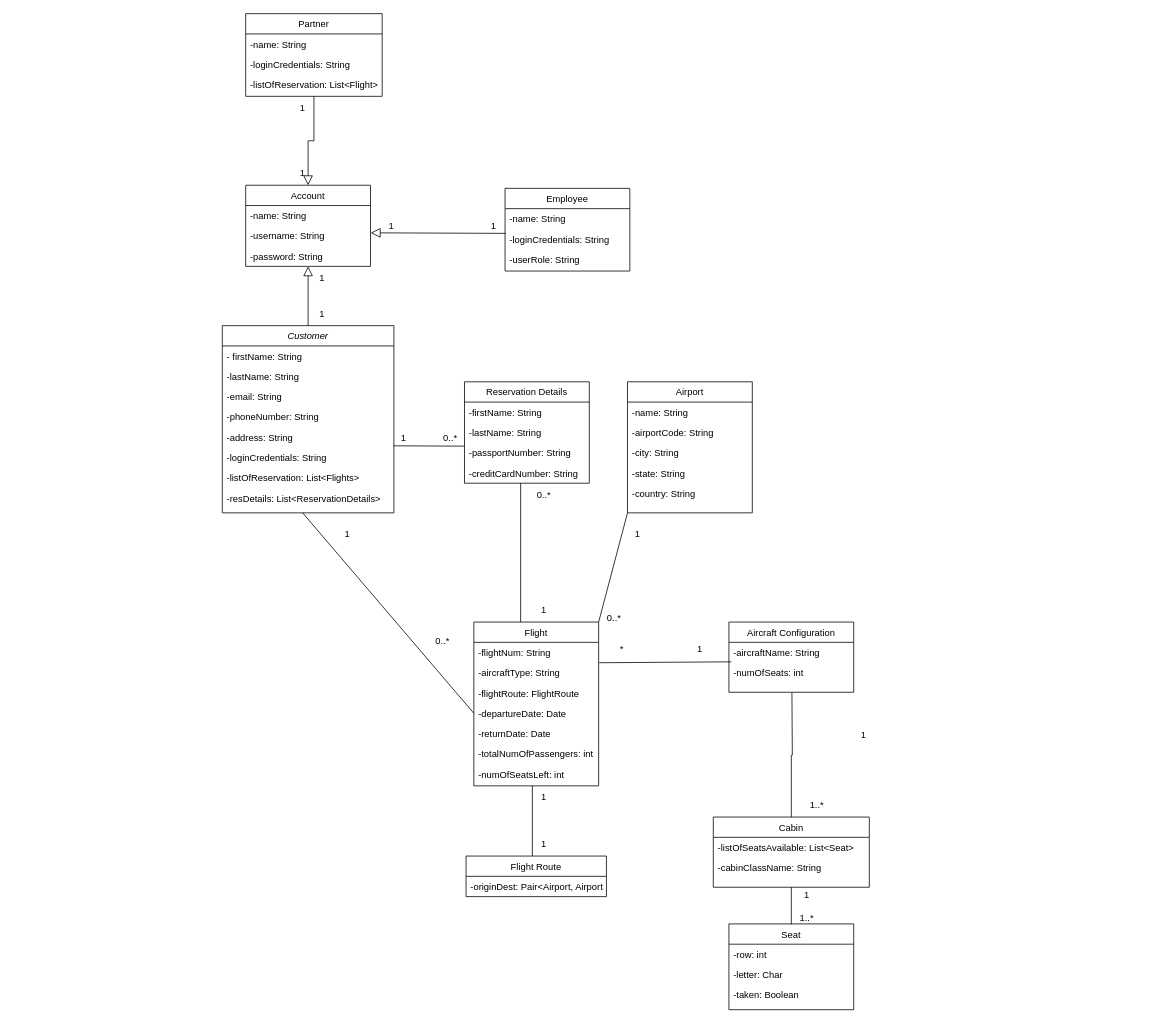
glennquah/Flight-Enterprise-System keeps this draw.io diagram as Untitled Diagram.drawio. Above is the earlier version. Source tidied: cells renumbered, new cells numbered last; positions are measured from the earlier drawing's top-left corner, leaving out a move shared by most shapes. Both pictures are drawn from the tidied source at 78%, with x=0, y=0 at pixel (222, 13).
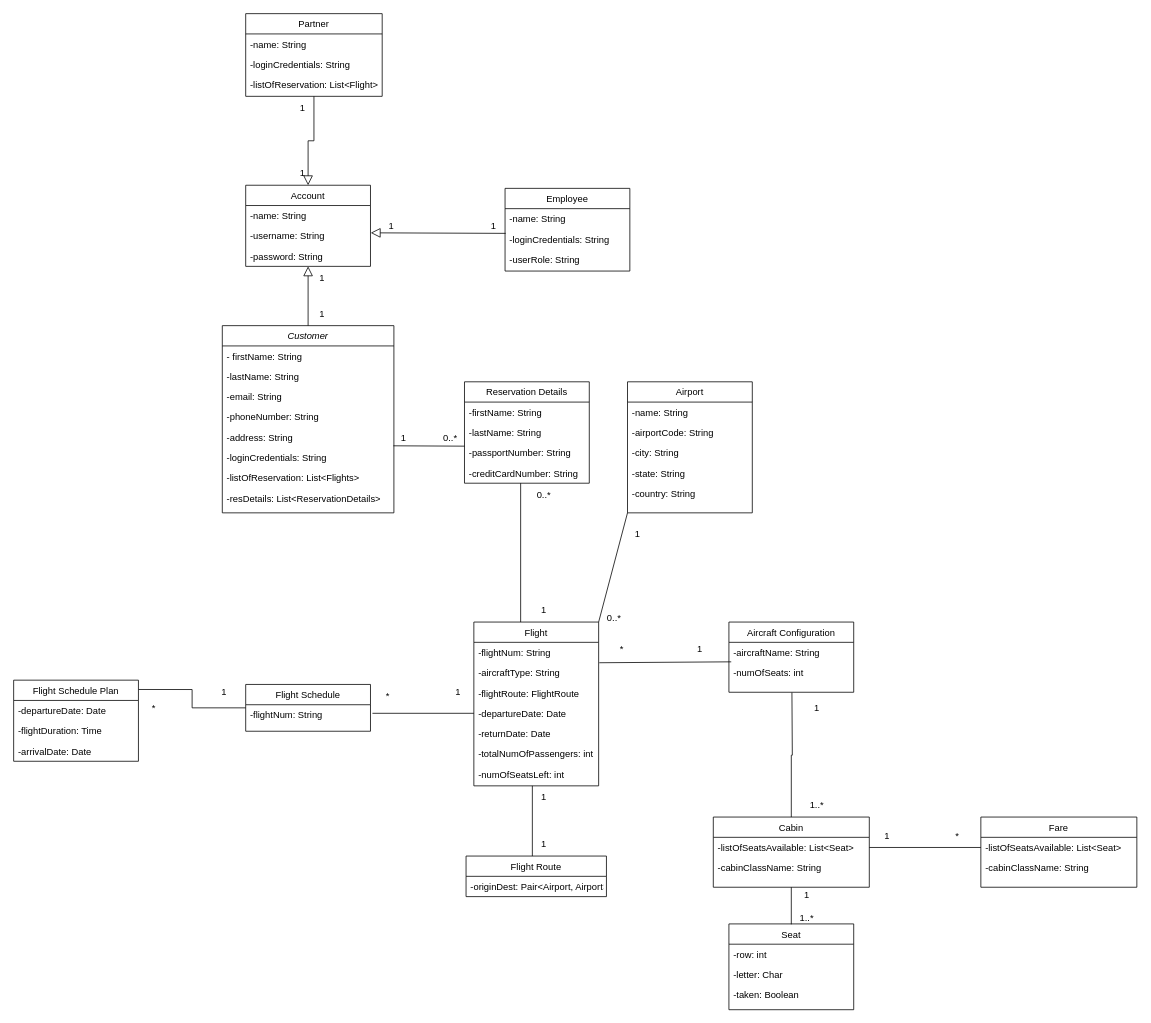
Above is the later version.

Unchanged cells that the change refers to:
```xml
<mxCell id="10" value="-resDetails: List&lt;ReservationDetails&gt;" style="text;align=left;verticalAlign=top;spacingLeft=4;spacingRight=4;overflow=hidden;points=[[0,0.5],[1,0.5]];portConstraint=eastwest;rounded=0;shadow=0;html=0;" parent="2" vertex="1">
  <mxGeometry y="208" width="220" height="26" as="geometry" />
</mxCell>
<mxCell id="15" value="-departureDate: Date" style="text;align=left;verticalAlign=top;spacingLeft=4;spacingRight=4;overflow=hidden;points=[[0,0.5],[1,0.5]];portConstraint=eastwest;rounded=0;shadow=0;html=0;" parent="11" vertex="1">
  <mxGeometry y="104" width="160" height="26" as="geometry" />
</mxCell>
<mxCell id="38" value="-listOfSeatsAvailable: List&lt;Seat&gt;" style="text;align=left;verticalAlign=top;spacingLeft=4;spacingRight=4;overflow=hidden;points=[[0,0.5],[1,0.5]];portConstraint=eastwest;" parent="37" vertex="1">
  <mxGeometry y="26" width="200" height="26" as="geometry" />
</mxCell>
```

Change to the diagram source:
```diff
@@
     <mxCell id="33" value="1" style="text;html=1;strokeColor=none;fillColor=none;align=center;verticalAlign=middle;whiteSpace=wrap;rounded=0;" parent="1" vertex="1">
-      <mxGeometry x="129.5" y="652" width="60" height="30" as="geometry" />
+      <mxGeometry x="272" y="854.5" width="60" height="30" as="geometry" />
     </mxCell>
-    <mxCell id="34" value="0..*" style="text;html=1;strokeColor=none;fillColor=none;align=center;verticalAlign=middle;whiteSpace=wrap;rounded=0;" parent="1" vertex="1">
-      <mxGeometry x="252" y="790" width="60" height="30" as="geometry" />
+    <mxCell id="34" value="*" style="text;html=1;strokeColor=none;fillColor=none;align=center;verticalAlign=middle;whiteSpace=wrap;rounded=0;" parent="1" vertex="1">
+      <mxGeometry x="182" y="860" width="60" height="30" as="geometry" />
     </mxCell>
@@
     <mxCell id="40" value="1" style="text;html=1;strokeColor=none;fillColor=none;align=center;verticalAlign=middle;whiteSpace=wrap;rounded=0;" parent="1" vertex="1">
-      <mxGeometry x="792" y="910" width="60" height="30" as="geometry" />
+      <mxGeometry x="732" y="875" width="60" height="30" as="geometry" />
     </mxCell>
@@
-    <mxCell id="54" style="endArrow=none;html=1;rounded=0;entryX=0;entryY=0.5;entryDx=0;entryDy=0;exitX=0.468;exitY=1.229;exitDx=0;exitDy=0;exitPerimeter=0;" parent="1" edge="1" source="10" target="15">
-      <mxGeometry relative="1" as="geometry" />
+    <mxCell id="54" style="endArrow=none;html=1;rounded=0;entryX=0;entryY=0.5;entryDx=0;entryDy=0;" parent="1" edge="1" target="15">
+      <mxGeometry relative="1" as="geometry">
+        <mxPoint x="192" y="897" as="sourcePoint" />
+      </mxGeometry>
     </mxCell>
@@
+    <mxCell id="87" value="Flight Schedule" style="swimlane;fontStyle=0;align=center;verticalAlign=top;horizontal=1;startSize=26;rounded=0;shadow=0;strokeWidth=1;" parent="1" vertex="1">
+      <mxGeometry x="29.5" y="860" width="160" height="60" as="geometry" />
+    </mxCell>
+    <mxCell id="88" value="-flightNum: String" style="text;align=left;verticalAlign=top;spacingLeft=4;spacingRight=4;overflow=hidden;" parent="87" vertex="1">
+      <mxGeometry y="26" width="160" height="26" as="geometry" />
+    </mxCell>
+    <mxCell id="89" value="Flight Schedule Plan" style="swimlane;fontStyle=0;align=center;verticalAlign=top;horizontal=1;startSize=26;rounded=0;shadow=0;strokeWidth=1;" parent="1" vertex="1">
+      <mxGeometry x="-268" y="854.5" width="160" height="104" as="geometry" />
+    </mxCell>
+    <mxCell id="90" value="-departureDate: Date" style="text;align=left;verticalAlign=top;spacingLeft=4;spacingRight=4;overflow=hidden;" parent="89" vertex="1">
+      <mxGeometry y="26" width="160" height="26" as="geometry" />
+    </mxCell>
+    <mxCell id="91" value="-flightDuration: Time" style="text;align=left;verticalAlign=top;spacingLeft=4;spacingRight=4;overflow=hidden;rounded=0;shadow=0;html=0;" parent="89" vertex="1">
+      <mxGeometry y="52" width="160" height="26" as="geometry" />
+    </mxCell>
+    <mxCell id="92" value="-arrivalDate: Date" style="text;align=left;verticalAlign=top;spacingLeft=4;spacingRight=4;overflow=hidden;rounded=0;shadow=0;html=0;" parent="89" vertex="1">
+      <mxGeometry y="78" width="160" height="26" as="geometry" />
+    </mxCell>
+    <mxCell id="93" style="edgeStyle=orthogonalEdgeStyle;rounded=0;jettySize=auto;html=1;entryX=1.002;entryY=0.115;entryDx=0;entryDy=0;entryPerimeter=0;endArrow=none;endFill=0;" parent="1" edge="1" source="87" target="89">
+      <mxGeometry relative="1" as="geometry" />
+    </mxCell>
+    <mxCell id="94" value="*" style="text;html=1;strokeColor=none;fillColor=none;align=center;verticalAlign=middle;whiteSpace=wrap;rounded=0;" parent="1" vertex="1">
+      <mxGeometry x="-118" y="875" width="60" height="30" as="geometry" />
+    </mxCell>
+    <mxCell id="95" value="1" style="text;html=1;strokeColor=none;fillColor=none;align=center;verticalAlign=middle;whiteSpace=wrap;rounded=0;" parent="1" vertex="1">
+      <mxGeometry x="-28" y="855" width="60" height="30" as="geometry" />
+    </mxCell>
+    <mxCell id="96" value="Fare" style="swimlane;fontStyle=0;align=center;verticalAlign=top;horizontal=1;startSize=26;rounded=0;shadow=0;strokeWidth=1;" parent="1" vertex="1">
+      <mxGeometry x="972" y="1030" width="200" height="90" as="geometry" />
+    </mxCell>
+    <mxCell id="97" value="-listOfSeatsAvailable: List&lt;Seat&gt;" style="text;align=left;verticalAlign=top;spacingLeft=4;spacingRight=4;overflow=hidden;points=[[0,0.5],[1,0.5]];portConstraint=eastwest;" parent="96" vertex="1">
+      <mxGeometry y="26" width="200" height="26" as="geometry" />
+    </mxCell>
+    <mxCell id="98" value="-cabinClassName: String" style="text;align=left;verticalAlign=top;spacingLeft=4;spacingRight=4;overflow=hidden;rounded=0;shadow=0;html=0;" parent="96" vertex="1">
+      <mxGeometry y="52" width="200" height="26" as="geometry" />
+    </mxCell>
+    <mxCell id="99" style="edgeStyle=orthogonalEdgeStyle;rounded=0;jettySize=auto;html=1;entryX=0;entryY=0.5;entryDx=0;entryDy=0;endArrow=none;endFill=0;" parent="1" edge="1" source="38" target="97">
+      <mxGeometry relative="1" as="geometry" />
+    </mxCell>
+    <mxCell id="100" value="1" style="text;html=1;strokeColor=none;fillColor=none;align=center;verticalAlign=middle;whiteSpace=wrap;rounded=0;" parent="1" vertex="1">
+      <mxGeometry x="822" y="1040" width="60" height="30" as="geometry" />
+    </mxCell>
+    <mxCell id="101" value="*" style="text;html=1;strokeColor=none;fillColor=none;align=center;verticalAlign=middle;whiteSpace=wrap;rounded=0;" parent="1" vertex="1">
+      <mxGeometry x="912" y="1040" width="60" height="30" as="geometry" />
+    </mxCell>
```
